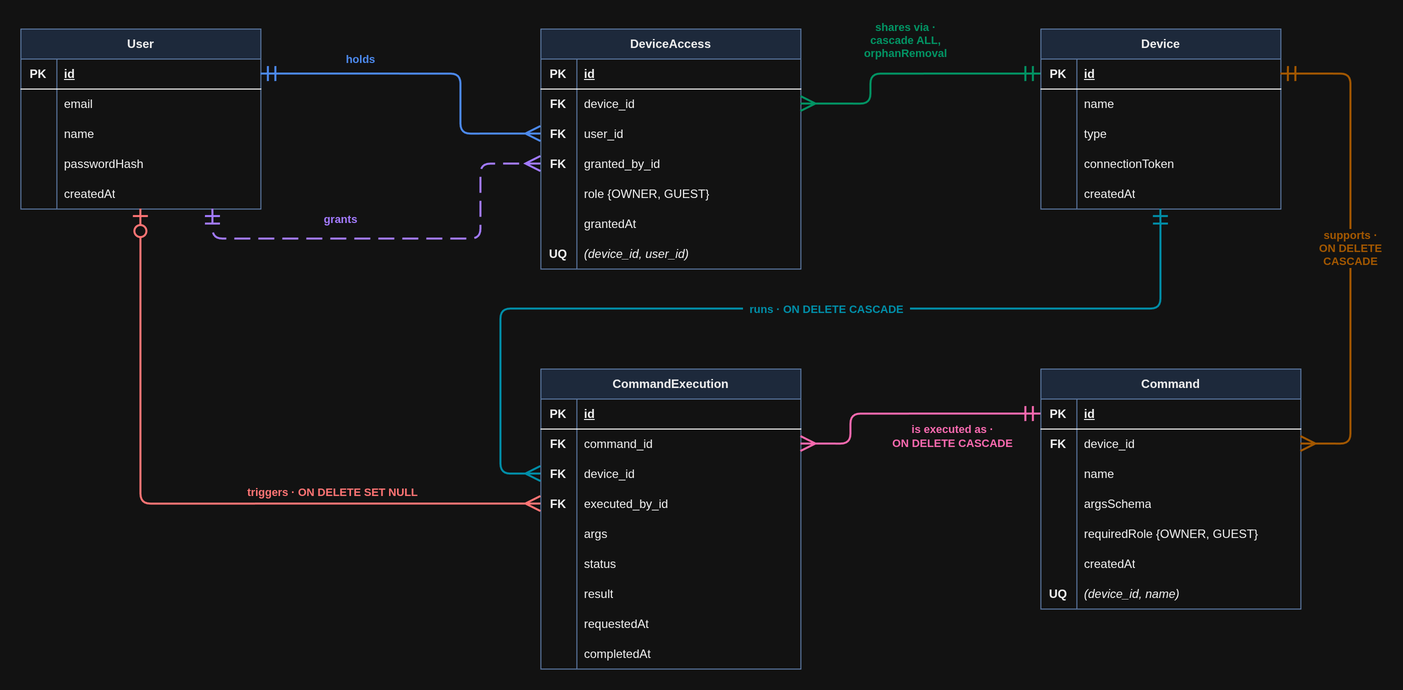
This is ProjectDiagram.drawio.png from DianaOlyinyk/smart-home-system, a draw.io export, as it was before one commit. Source tidied: cells renumbered, new cells last; positions are measured from the earlier drawing's top-left corner, leaving out a move shared by most shapes.
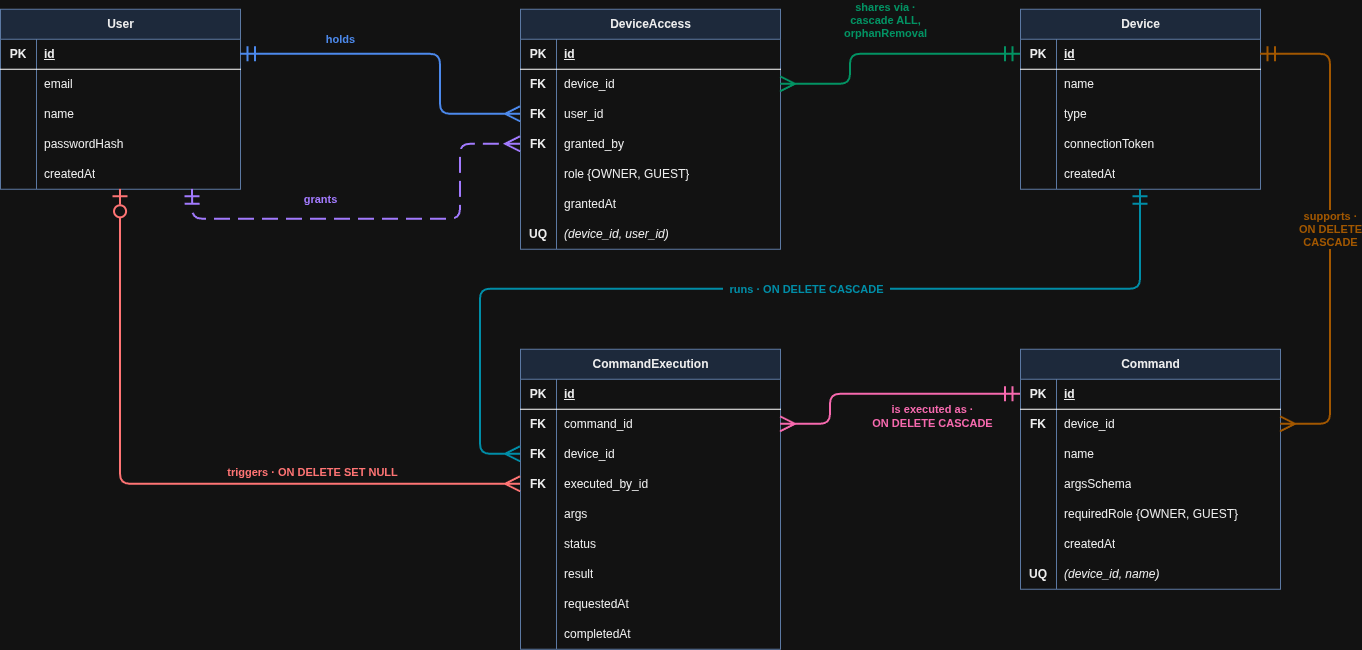
After the commit.

Commit message:
docs: update ER diagram to match granted_by column

What changed in the source:
```diff
@@ -86,7 +86,7 @@
     <mxCell id="29" value="FK" style="shape=partialRectangle;fillColor=none;top=0;left=0;bottom=0;right=0;overflow=hidden;whiteSpace=wrap;html=1;fontColor=#000000;fontStyle=1;" parent="28" vertex="1">
       <mxGeometry width="36" height="30" as="geometry" />
     </mxCell>
-    <mxCell id="30" value="granted_by_id" style="shape=partialRectangle;fillColor=none;top=0;left=0;bottom=0;right=0;overflow=hidden;whiteSpace=wrap;html=1;fontColor=#000000;align=left;spacingLeft=6;fontStyle=0;" parent="28" vertex="1">
+    <mxCell id="30" value="granted_by" style="shape=partialRectangle;fillColor=none;top=0;left=0;bottom=0;right=0;overflow=hidden;whiteSpace=wrap;html=1;fontColor=#000000;align=left;spacingLeft=6;fontStyle=0;" parent="28" vertex="1">
       <mxGeometry x="36" width="224" height="30" as="geometry" />
     </mxCell>
     <mxCell id="31" style="shape=tableRow;horizontal=0;startSize=0;swimlaneHead=0;swimlaneBody=0;fillColor=none;top=0;left=0;right=0;bottom=0;" parent="18" vertex="1">
```
